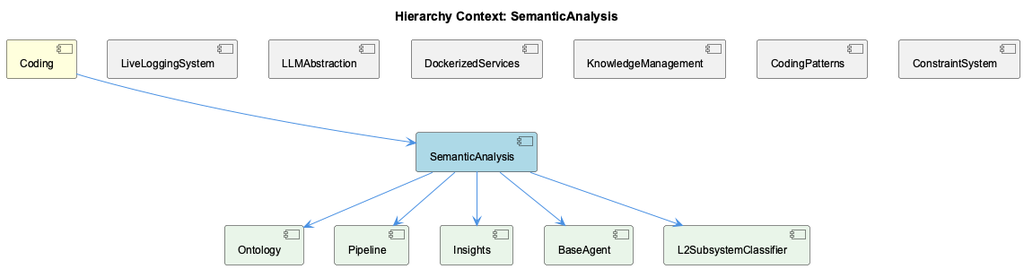
Above: knowledge-management/insights/images/semantic-analysis-relationship.png in fwornle/coding (PlantUML), before the change.
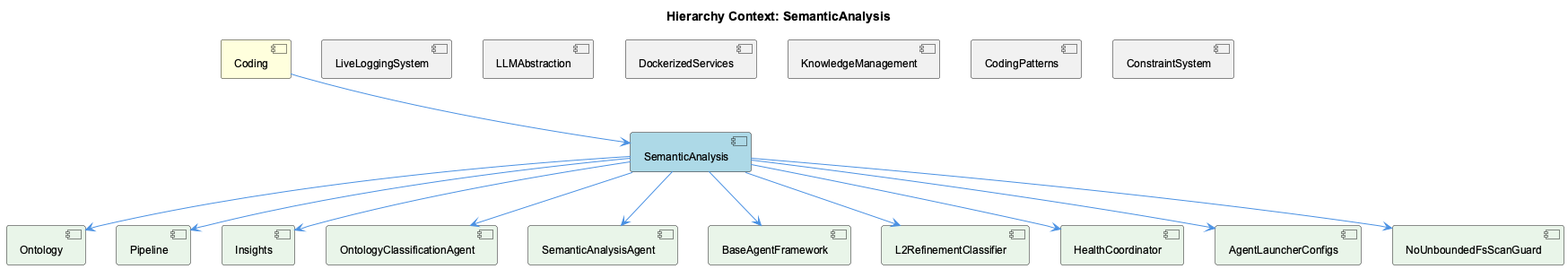
The same diagram one commit later.

Diff of the diagram source:
```diff
@@ -14,8 +14,13 @@
 [Ontology] as ontology #E8F5E8
 [Pipeline] as pipeline #E8F5E8
 [Insights] as insights #E8F5E8
-[BaseAgent] as base_agent #E8F5E8
-[L2SubsystemClassifier] as l2_subsystem_classifier #E8F5E8
+[OntologyClassificationAgent] as ontology_classification_agent #E8F5E8
+[SemanticAnalysisAgent] as semantic_analysis_agent #E8F5E8
+[BaseAgentFramework] as base_agent_framework #E8F5E8
+[L2RefinementClassifier] as l2_refinement_classifier #E8F5E8
+[HealthCoordinator] as health_coordinator #E8F5E8
+[AgentLauncherConfigs] as agent_launcher_configs #E8F5E8
+[NoUnboundedFsScanGuard] as no_unbounded_fs_scan_guard #E8F5E8
 
 coding --> semantic_analysis
 live_logging_system -[hidden]- semantic_analysis
@@ -27,7 +32,12 @@
 semantic_analysis --> ontology
 semantic_analysis --> pipeline
 semantic_analysis --> insights
-semantic_analysis --> base_agent
-semantic_analysis --> l2_subsystem_classifier
+semantic_analysis --> ontology_classification_agent
+semantic_analysis --> semantic_analysis_agent
+semantic_analysis --> base_agent_framework
+semantic_analysis --> l2_refinement_classifier
+semantic_analysis --> health_coordinator
+semantic_analysis --> agent_launcher_configs
+semantic_analysis --> no_unbounded_fs_scan_guard
 
 @enduml
```
